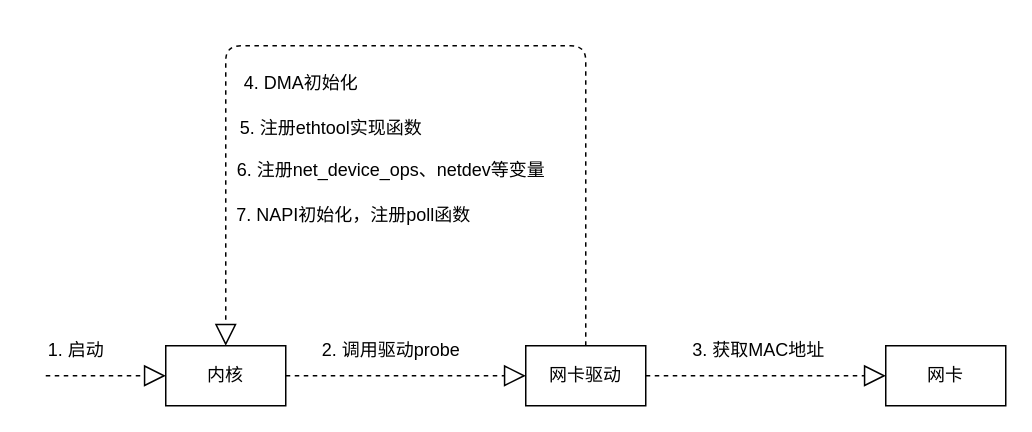
gwm-learn/studyspace keeps this draw.io diagram as 1.知识体系/5.linux网络/网卡驱动初始化.drawio. Above is the earlier version. Source tidied: cells renumbered, new cells numbered last; positions are measured from the earlier drawing's top-left corner, leaving out a move shared by most shapes. Both pictures are drawn from the tidied source at 150%, with x=0, y=0 at pixel (30, 45).
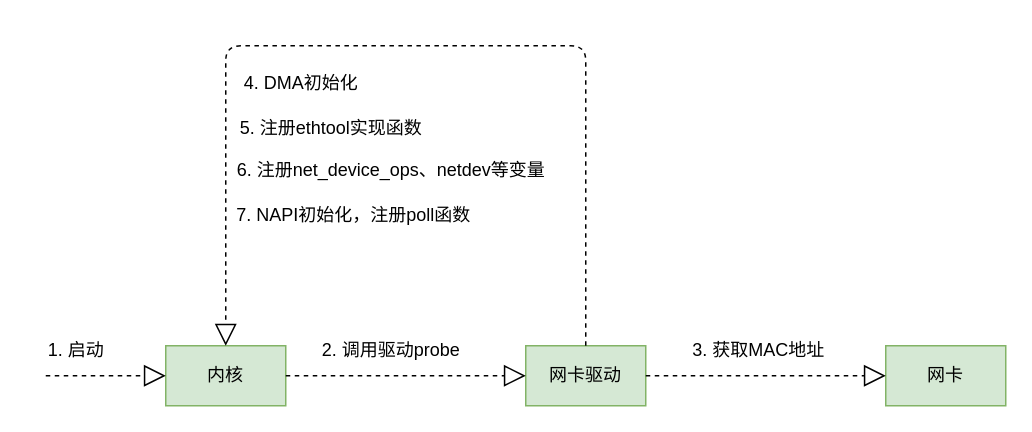
The same diagram, later.

The edit, as a diff of the source:
```diff
@@
 <mxGraphModel>
   <root>
     <mxCell id="0" />
     <mxCell id="1" parent="0" />
-    <mxCell id="2" value="内核" style="rounded=0;whiteSpace=wrap;html=1;" parent="1" vertex="1">
+    <mxCell id="2" value="内核" style="rounded=0;whiteSpace=wrap;html=1;fillColor=#d5e8d4;strokeColor=#82b366;" parent="1" vertex="1">
       <mxGeometry x="90" y="200" width="80" height="40" as="geometry" />
     </mxCell>
-    <mxCell id="3" value="网卡驱动" style="rounded=0;whiteSpace=wrap;html=1;" parent="1" vertex="1">
+    <mxCell id="3" value="网卡驱动" style="rounded=0;whiteSpace=wrap;html=1;fillColor=#d5e8d4;strokeColor=#82b366;" parent="1" vertex="1">
       <mxGeometry x="330" y="200" width="80" height="40" as="geometry" />
     </mxCell>
-    <mxCell id="4" value="网卡" style="rounded=0;whiteSpace=wrap;html=1;" parent="1" vertex="1">
+    <mxCell id="4" value="网卡" style="rounded=0;whiteSpace=wrap;html=1;fillColor=#d5e8d4;strokeColor=#82b366;" parent="1" vertex="1">
       <mxGeometry x="570" y="200" width="80" height="40" as="geometry" />
     </mxCell>
     <mxCell id="5" style="endArrow=block;dashed=1;endFill=0;endSize=12;html=1;exitX=1;exitY=0.5;exitDx=0;exitDy=0;entryX=0;entryY=0.5;entryDx=0;entryDy=0;" parent="1" edge="1" source="2" target="3">
       <mxGeometry relative="1" as="geometry" />
     </mxCell>
     <mxCell id="6" style="endArrow=block;dashed=1;endFill=0;endSize=12;html=1;entryX=0;entryY=0.5;entryDx=0;entryDy=0;" parent="1" edge="1" target="2">
       <mxGeometry relative="1" as="geometry">
         <mxPoint x="10" y="220" as="sourcePoint" />
       </mxGeometry>
     </mxCell>
     <mxCell id="7" value="1. 启动" style="text;html=1;align=center;verticalAlign=middle;strokeColor=none;fillColor=none;" parent="1" vertex="1">
       <mxGeometry y="188" width="60" height="30" as="geometry" />
     </mxCell>
     <mxCell id="8" value="2. 调用驱动probe" style="text;html=1;align=center;verticalAlign=middle;strokeColor=none;fillColor=none;" parent="1" vertex="1">
       <mxGeometry x="180" y="188" width="120" height="30" as="geometry" />
     </mxCell>
     <mxCell id="9" style="endArrow=block;dashed=1;endFill=0;endSize=12;html=1;exitX=1;exitY=0.5;exitDx=0;exitDy=0;entryX=0;entryY=0.5;entryDx=0;entryDy=0;" parent="1" edge="1" source="3" target="4">
       <mxGeometry relative="1" as="geometry" />
     </mxCell>
     <mxCell id="10" value="3. 获取MAC地址" style="text;html=1;align=center;verticalAlign=middle;strokeColor=none;fillColor=none;" parent="1" vertex="1">
       <mxGeometry x="430" y="188" width="110" height="30" as="geometry" />
     </mxCell>
     <mxCell id="11" style="endArrow=block;dashed=1;endFill=0;endSize=12;html=1;exitX=0.5;exitY=0;exitDx=0;exitDy=0;entryX=0.5;entryY=0;entryDx=0;entryDy=0;" parent="1" edge="1" source="3" target="2">
       <mxGeometry relative="1" as="geometry">
         <Array as="points">
           <mxPoint x="370" />
           <mxPoint x="240" />
           <mxPoint x="130" />
         </Array>
       </mxGeometry>
     </mxCell>
     <mxCell id="12" value="4. DMA初始化" style="text;html=1;align=center;verticalAlign=middle;strokeColor=none;fillColor=none;" parent="1" vertex="1">
       <mxGeometry x="130" y="10" width="100" height="30" as="geometry" />
     </mxCell>
     <mxCell id="13" value="5. 注册ethtool实现函数" style="text;html=1;align=center;verticalAlign=middle;strokeColor=none;fillColor=none;" parent="1" vertex="1">
       <mxGeometry x="130" y="40" width="140" height="30" as="geometry" />
     </mxCell>
     <mxCell id="14" value="6. 注册net_device_ops、netdev等变量" style="text;html=1;align=center;verticalAlign=middle;strokeColor=none;fillColor=none;" parent="1" vertex="1">
       <mxGeometry x="125" y="68" width="230" height="30" as="geometry" />
     </mxCell>
     <mxCell id="15" value="7. NAPI初始化，注册poll函数" style="text;html=1;align=center;verticalAlign=middle;strokeColor=none;fillColor=none;" parent="1" vertex="1">
       <mxGeometry x="125" y="98" width="180" height="30" as="geometry" />
     </mxCell>
   </root>
 </mxGraphModel>
```
